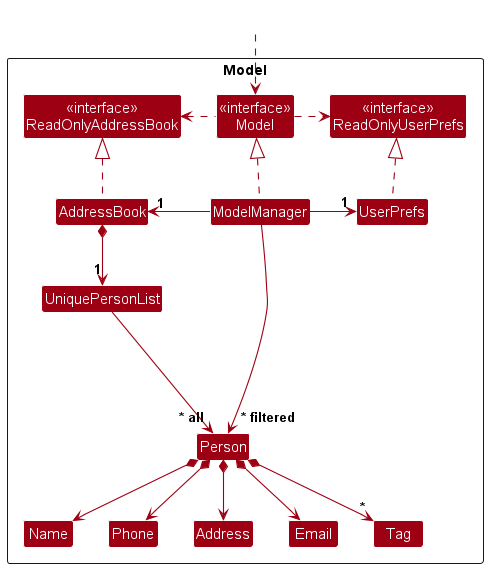
Above: docs/images/ModelClassDiagram.png in nus-cs2103-AY2425S1/tp (PlantUML), before the change.
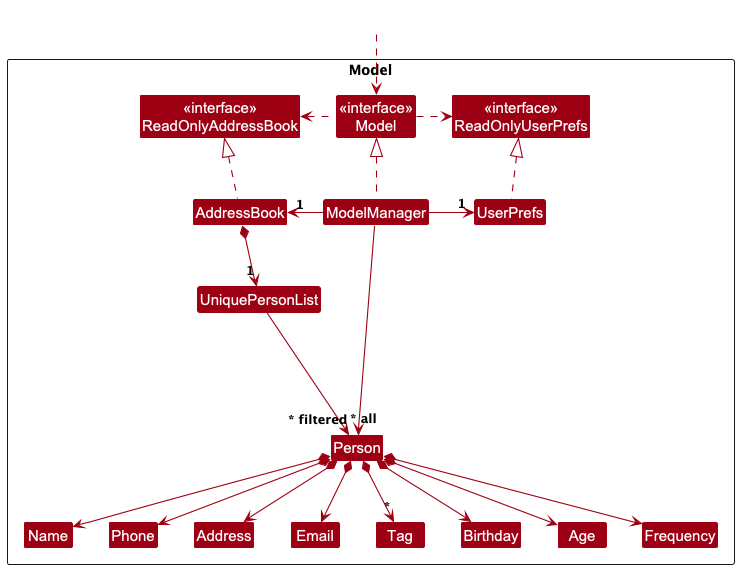
The same diagram one commit later.

What changed in the source:
```diff
@@ -19,6 +19,9 @@
 Class Name
 Class Phone
 Class Tag
+Class Birthday
+Class Age
+Class Frequency
 
 Class I #FFFFFF
 }
@@ -42,6 +45,9 @@
 Person *--> Email
 Person *--> Address
 Person *--> "*" Tag
+Person *--> Birthday
+Person *--> Age
+Person *--> Frequency
 
 Person -[hidden]up--> I
 UniquePersonList -[hidden]right-> I
```
